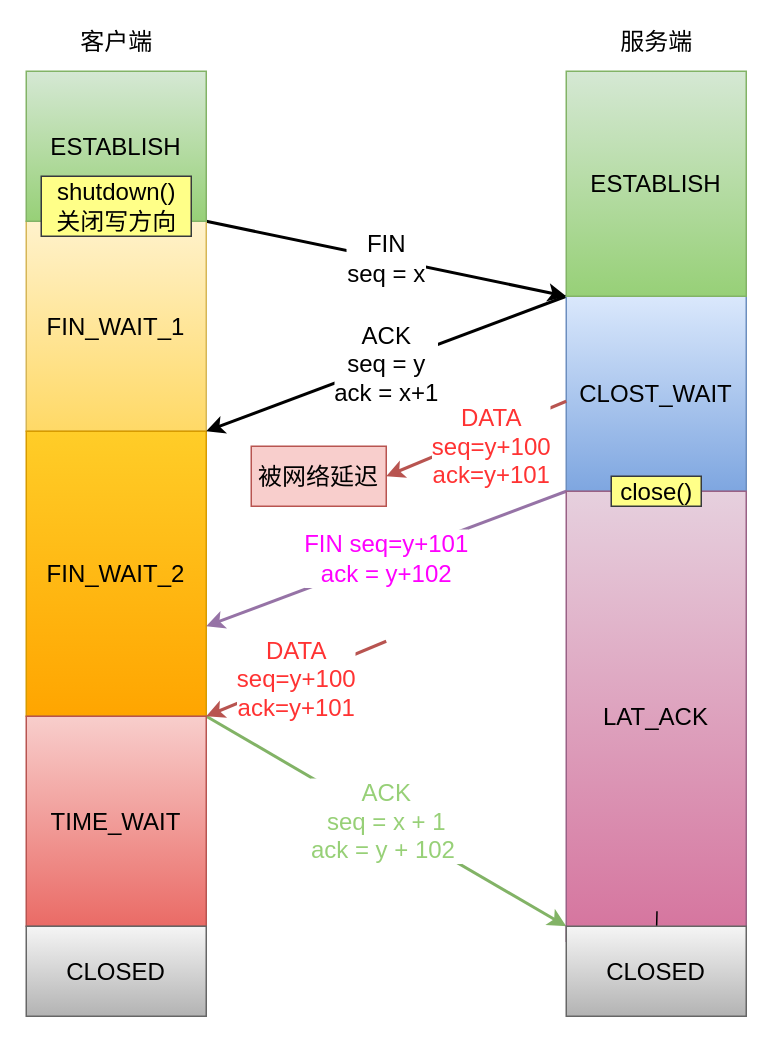
The draw.io diagram 杂/tcp乱序处理结果.drawio in xiaolincoder/ImageHost4, before the edit. Source tidied: cells renumbered, new cells numbered last; positions are measured from the earlier drawing's top-left corner, leaving out a move shared by most shapes. Both pictures are drawn from the tidied source at 150%, with x=0, y=0 at pixel (26, 26).
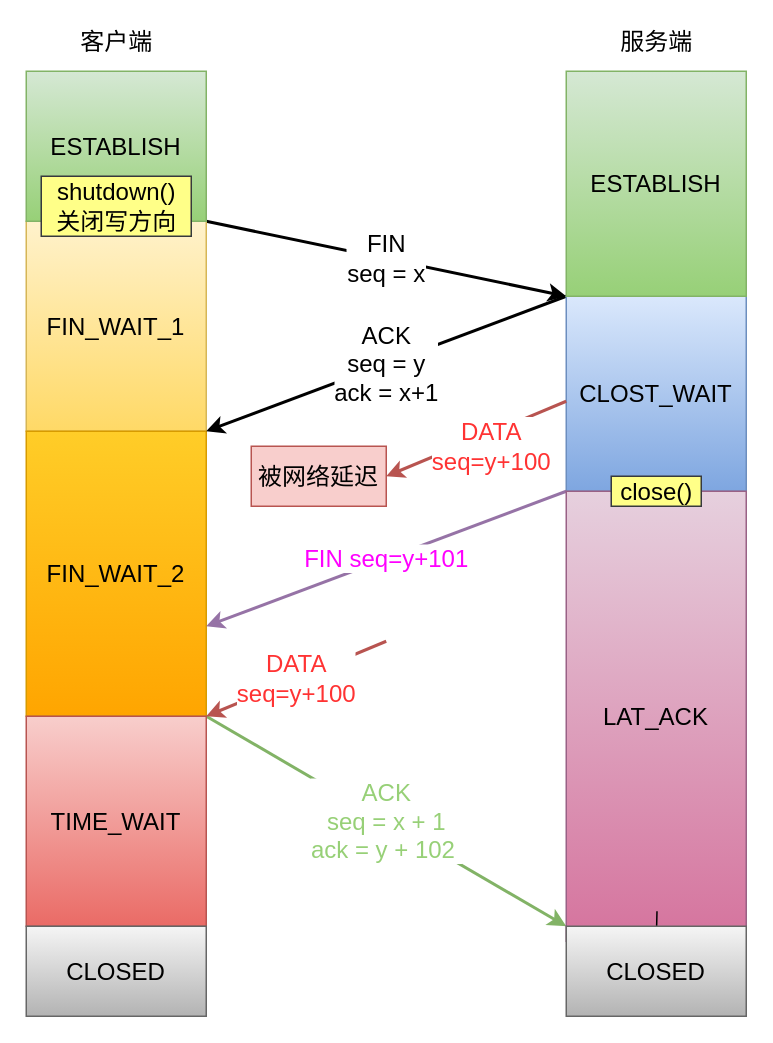
The same page after the edit.

Commit message (it also covers changes not shown here):
更新tcp乱序处理结果.drawio

The change refers to these unchanged cells:
```xml
<mxCell id="12" value="LAT_ACK" style="rounded=0;whiteSpace=wrap;html=1;fontSize=16;gradientColor=#d5739d;fillColor=#e6d0de;strokeColor=#996185;" parent="1" vertex="1">
  <mxGeometry x="360" y="310" width="120" height="300" as="geometry" />
</mxCell>
```

Diff of the diagram source:
```diff
@@
-    <mxCell id="11" value="&lt;font color=&quot;#ff00ff&quot;&gt;FIN seq=y+101&lt;br&gt;ack = y+102&lt;br&gt;&lt;/font&gt;" style="edgeStyle=none;rounded=0;jettySize=auto;html=1;fontSize=16;exitX=0;exitY=0;exitDx=0;exitDy=0;strokeWidth=2;fillColor=#e1d5e7;strokeColor=#9673a6;" parent="1" edge="1" source="12">
+    <mxCell id="11" value="&lt;font color=&quot;#ff00ff&quot;&gt;FIN seq=y+101&lt;br&gt;&lt;/font&gt;" style="edgeStyle=none;rounded=0;jettySize=auto;html=1;fontSize=16;exitX=0;exitY=0;exitDx=0;exitDy=0;strokeWidth=2;fillColor=#e1d5e7;strokeColor=#9673a6;" parent="1" edge="1" source="12">
       <mxGeometry relative="1" as="geometry">
         <mxPoint x="120" y="400" as="targetPoint" />
       </mxGeometry>
     </mxCell>
@@
-    <mxCell id="16" value="&lt;font color=&quot;#ff3333&quot;&gt;DATA&lt;br&gt;seq=y+100&lt;br&gt;ack=y+101&lt;br&gt;&lt;/font&gt;" style="edgeStyle=none;rounded=0;orthogonalLoop=1;jettySize=auto;html=1;fontSize=16;strokeWidth=2;fillColor=#f8cecc;strokeColor=#b85450;" parent="1" edge="1">
+    <mxCell id="16" value="&lt;font color=&quot;#ff3333&quot;&gt;DATA&lt;br&gt;seq=y+100&lt;br&gt;&lt;/font&gt;" style="edgeStyle=none;rounded=0;orthogonalLoop=1;jettySize=auto;html=1;fontSize=16;strokeWidth=2;fillColor=#f8cecc;strokeColor=#b85450;" parent="1" edge="1">
       <mxGeometry x="-0.11" y="8" relative="1" as="geometry">
         <mxPoint x="360" y="250" as="sourcePoint" />
         <mxPoint x="240" y="300" as="targetPoint" />
       </mxGeometry>
     </mxCell>
@@
-    <mxCell id="24" value="&lt;span style=&quot;color: rgb(255 , 51 , 51)&quot;&gt;DATA&lt;/span&gt;&lt;br style=&quot;color: rgb(255 , 51 , 51)&quot;&gt;&lt;span style=&quot;color: rgb(255 , 51 , 51)&quot;&gt;seq=y+100&lt;/span&gt;&lt;br style=&quot;color: rgb(255 , 51 , 51)&quot;&gt;&lt;span style=&quot;color: rgb(255 , 51 , 51)&quot;&gt;ack=y+101&lt;/span&gt;&lt;font color=&quot;#ff3333&quot;&gt;&lt;br&gt;&lt;/font&gt;" style="edgeStyle=none;rounded=0;orthogonalLoop=1;jettySize=auto;html=1;fontSize=16;strokeWidth=2;fillColor=#f8cecc;strokeColor=#b85450;" parent="1" edge="1">
+    <mxCell id="24" value="&lt;span style=&quot;color: rgb(255 , 51 , 51)&quot;&gt;DATA&lt;/span&gt;&lt;br style=&quot;color: rgb(255 , 51 , 51)&quot;&gt;&lt;span style=&quot;color: rgb(255 , 51 , 51)&quot;&gt;seq=y+100&lt;/span&gt;&lt;font color=&quot;#ff3333&quot;&gt;&lt;br&gt;&lt;/font&gt;" style="edgeStyle=none;rounded=0;orthogonalLoop=1;jettySize=auto;html=1;fontSize=16;strokeWidth=2;fillColor=#f8cecc;strokeColor=#b85450;" parent="1" edge="1">
       <mxGeometry relative="1" as="geometry">
         <mxPoint x="240" y="410" as="sourcePoint" />
         <mxPoint x="120" y="460" as="targetPoint" />
       </mxGeometry>
     </mxCell>
```
